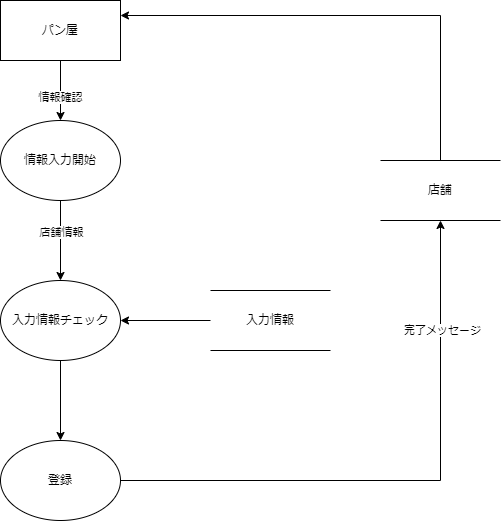
This is DFD/店舗登録.drawio.png from Pyama1013/Sotsu.Gamen, a draw.io export, as it was before one commit. Source tidied: cells renumbered, new cells last; positions are measured from the earlier drawing's top-left corner, leaving out a move shared by most shapes.
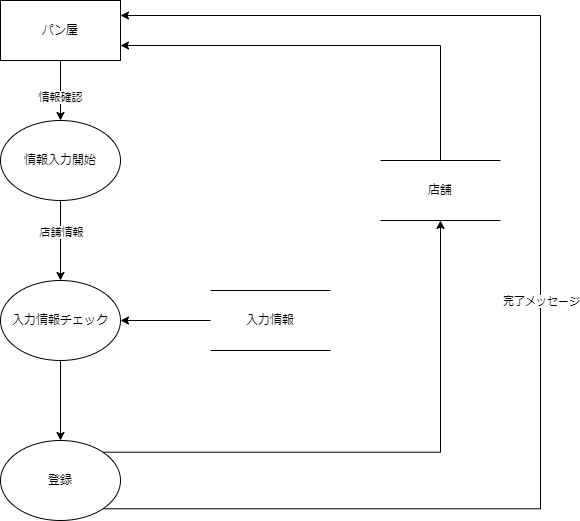
Later version of the same file.

Change to the diagram source:
```diff
@@ -26,23 +26,25 @@
     <mxCell id="9" value="入力情報チェック" style="ellipse;whiteSpace=wrap;html=1;" parent="1" vertex="1">
       <mxGeometry y="280" width="120" height="80" as="geometry" />
     </mxCell>
-    <mxCell id="10" style="edgeStyle=orthogonalEdgeStyle;rounded=0;jettySize=auto;html=1;exitX=1;exitY=0.5;exitDx=0;exitDy=0;fontSize=18;" parent="1" edge="1" source="12">
-      <mxGeometry relative="1" as="geometry">
-        <mxPoint x="440" y="220" as="targetPoint" />
-      </mxGeometry>
-    </mxCell>
+    <mxCell id="17" style="edgeStyle=orthogonalEdgeStyle;rounded=0;jettySize=auto;html=1;exitX=1;exitY=0;exitDx=0;exitDy=0;entryX=0.5;entryY=1;entryDx=0;entryDy=0;" parent="1" edge="1" source="12" target="14">
+      <mxGeometry relative="1" as="geometry" />
+    </mxCell>
+    <mxCell id="18" style="edgeStyle=orthogonalEdgeStyle;rounded=0;jettySize=auto;html=1;exitX=1;exitY=1;exitDx=0;exitDy=0;entryX=1;entryY=0.25;entryDx=0;entryDy=0;" parent="1" edge="1" source="12" target="4">
+      <mxGeometry relative="1" as="geometry">
+        <Array as="points">
+          <mxPoint x="540" y="508" />
+          <mxPoint x="540" y="15" />
+        </Array>
+      </mxGeometry>
+    </mxCell>
-    <mxCell id="11" value="完了メッセージ" style="edgeLabel;html=1;align=center;verticalAlign=middle;" parent="10" vertex="1">
-      <mxGeometry x="0.63" y="-1" relative="1" as="geometry" />
+    <mxCell id="11" value="完了メッセージ" style="edgeLabel;html=1;align=center;verticalAlign=middle;" parent="18" vertex="1">
+      <mxGeometry x="-0.04" relative="1" as="geometry" />
     </mxCell>
     <mxCell id="12" value="登録" style="ellipse;whiteSpace=wrap;html=1;" parent="1" vertex="1">
       <mxGeometry y="440" width="120" height="80" as="geometry" />
     </mxCell>
-    <mxCell id="13" style="endArrow=classic;html=1;rounded=0;fontSize=12;entryX=1;entryY=0.25;entryDx=0;entryDy=0;exitX=0.5;exitY=0;exitDx=0;exitDy=0;" parent="1" edge="1" source="14" target="4">
-      <mxGeometry relative="1" as="geometry">
-        <Array as="points">
-          <mxPoint x="440" y="15" />
-        </Array>
-      </mxGeometry>
+    <mxCell id="13" style="edgeStyle=orthogonalEdgeStyle;rounded=0;jettySize=auto;html=1;exitX=0.5;exitY=0;exitDx=0;exitDy=0;entryX=1;entryY=0.75;entryDx=0;entryDy=0;" parent="1" edge="1" source="14" target="4">
+      <mxGeometry relative="1" as="geometry" />
     </mxCell>
     <mxCell id="14" value="店舗" style="shape=partialRectangle;whiteSpace=wrap;html=1;left=0;right=0;fillColor=none;" parent="1" vertex="1">
       <mxGeometry x="380" y="160" width="120" height="60" as="geometry" />
```
